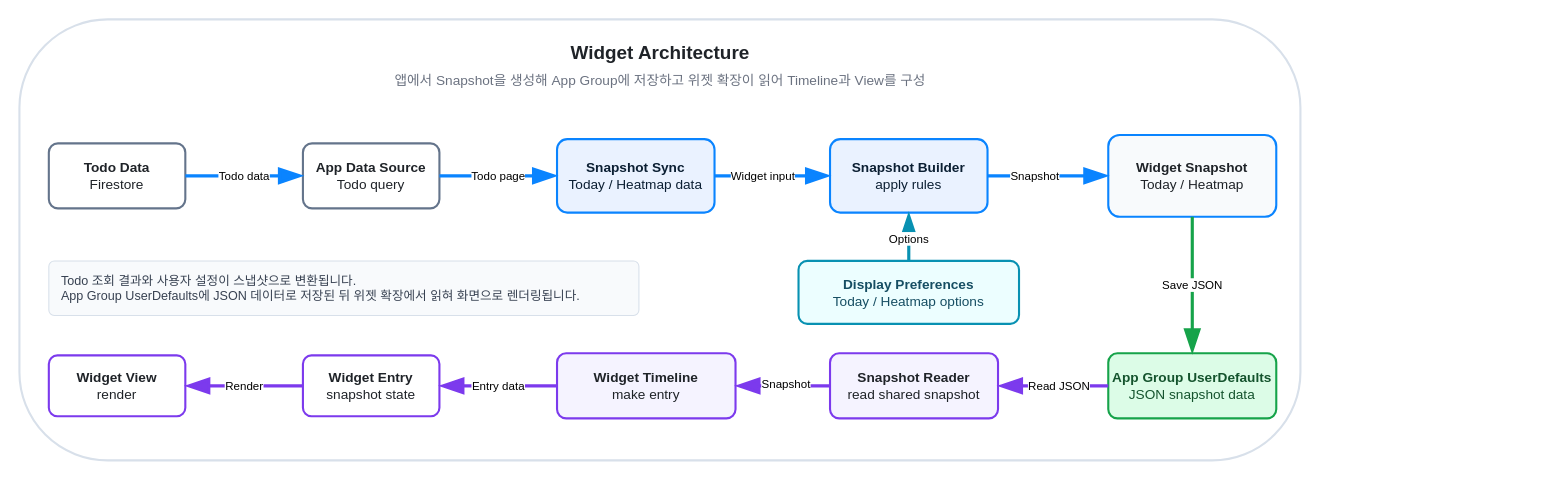
Earlier version of the draw.io diagram page "Widget Architecture" (7 of 7) of docs/DevLog.drawio (opficdev/DevLog_iOS). Source tidied: cells renumbered, new cells numbered last; positions are measured from the earlier drawing's top-left corner, leaving out a move shared by most shapes. Both pictures are drawn from the tidied source at 105%, with x=0, y=0 at pixel (19, 19).
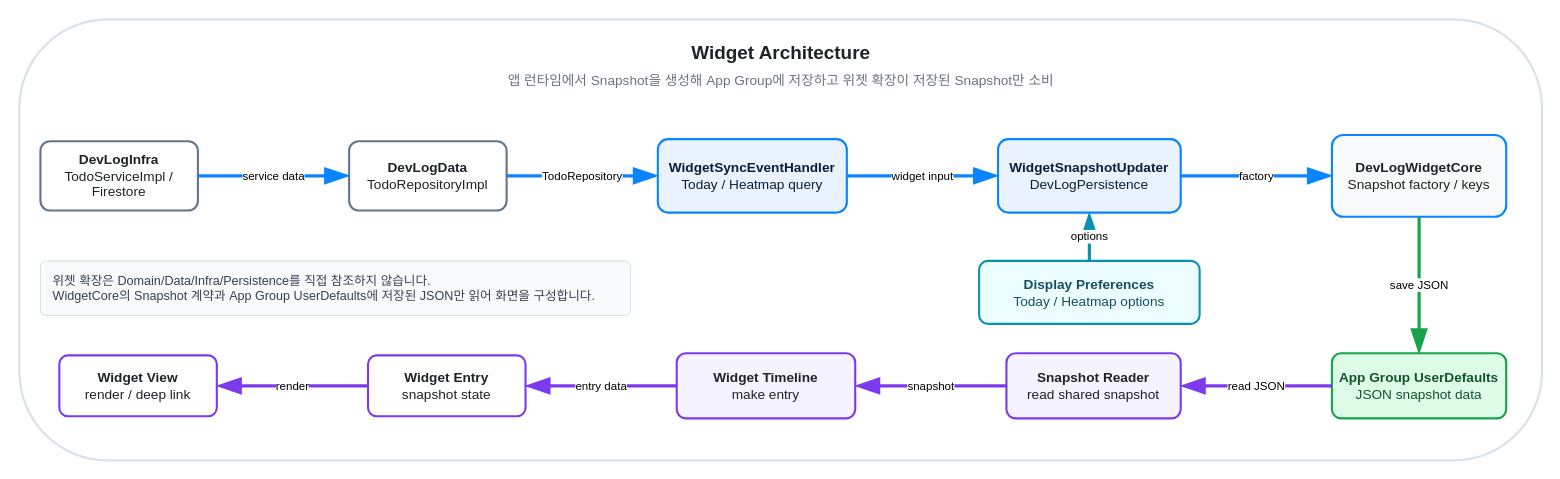
The same diagram, later.

Change to the diagram source:
```diff
@@
     <mxCell id="2" style="rounded=1;arcSize=20;whiteSpace=wrap;html=1;fillColor=#FFFFFF;strokeColor=#D8E0EA;strokeWidth=2;align=center;" parent="1" vertex="1">
-      <mxGeometry width="1220" height="420" as="geometry" />
+      <mxGeometry width="1450" height="420" as="geometry" />
     </mxCell>
     <mxCell id="3" value="Widget Architecture" style="text;html=1;strokeColor=none;fillColor=none;align=center;verticalAlign=middle;fontSize=18;fontStyle=1;fontColor=#1F2328;" parent="1" vertex="1">
-      <mxGeometry x="430" y="18" width="360" height="28" as="geometry" />
+      <mxGeometry x="545" y="18" width="360" height="28" as="geometry" />
     </mxCell>
-    <mxCell id="4" value="앱에서 Snapshot을 생성해 App Group에 저장하고 위젯 확장이 읽어 Timeline과 View를 구성" style="text;html=1;strokeColor=none;fillColor=none;align=center;verticalAlign=middle;fontSize=13;fontStyle=0;fontColor=#6B7280;" parent="1" vertex="1">
-      <mxGeometry x="230" y="48" width="760" height="20" as="geometry" />
+    <mxCell id="4" value="앱 런타임에서 Snapshot을 생성해 App Group에 저장하고 위젯 확장이 저장된 Snapshot만 소비" style="text;html=1;strokeColor=none;fillColor=none;align=center;verticalAlign=middle;fontSize=13;fontStyle=0;fontColor=#6B7280;" parent="1" vertex="1">
+      <mxGeometry x="315" y="48" width="820" height="20" as="geometry" />
     </mxCell>
-    <mxCell id="5" value="&lt;b&gt;Todo Data&lt;/b&gt;&lt;br&gt;&lt;span style=&quot;font-weight: normal;&quot;&gt;Firestore&lt;/span&gt;" style="rounded=1;arcSize=14;whiteSpace=wrap;html=1;fillColor=#FFFFFF;strokeColor=#64748B;strokeWidth=2;fontColor=#1F2328;fontSize=13;align=center;" parent="1" vertex="1">
-      <mxGeometry x="28" y="118" width="130" height="62" as="geometry" />
+    <mxCell id="5" value="&lt;b&gt;DevLogInfra&lt;/b&gt;&lt;br&gt;&lt;span style=&quot;font-weight: normal;&quot;&gt;TodoServiceImpl / Firestore&lt;/span&gt;" style="rounded=1;arcSize=14;whiteSpace=wrap;html=1;fillColor=#FFFFFF;strokeColor=#64748B;strokeWidth=2;fontColor=#1F2328;fontSize=13;align=center;" parent="1" vertex="1">
+      <mxGeometry x="20" y="116" width="150" height="66" as="geometry" />
     </mxCell>
-    <mxCell id="6" value="&lt;b&gt;App Data Source&lt;/b&gt;&lt;br&gt;&lt;span style=&quot;font-weight: normal;&quot;&gt;Todo query&lt;/span&gt;" style="rounded=1;arcSize=14;whiteSpace=wrap;html=1;fillColor=#FFFFFF;strokeColor=#64748B;strokeWidth=2;fontColor=#1F2328;fontSize=13;align=center;" parent="1" vertex="1">
-      <mxGeometry x="270" y="118" width="130" height="62" as="geometry" />
+    <mxCell id="6" value="&lt;b&gt;DevLogData&lt;/b&gt;&lt;br&gt;&lt;span style=&quot;font-weight: normal;&quot;&gt;TodoRepositoryImpl&lt;/span&gt;" style="rounded=1;arcSize=14;whiteSpace=wrap;html=1;fillColor=#FFFFFF;strokeColor=#64748B;strokeWidth=2;fontColor=#1F2328;fontSize=13;align=center;" parent="1" vertex="1">
+      <mxGeometry x="314" y="116" width="150" height="66" as="geometry" />
     </mxCell>
-    <mxCell id="7" value="&lt;b&gt;Snapshot Sync&lt;/b&gt;&lt;br&gt;&lt;span style=&quot;font-weight: normal;&quot;&gt;Today / Heatmap data&lt;/span&gt;" style="rounded=1;arcSize=14;whiteSpace=wrap;html=1;fillColor=#EAF2FF;strokeColor=#0A84FF;strokeWidth=2;fontColor=#0B1F33;fontSize=13;align=center;" parent="1" vertex="1">
-      <mxGeometry x="512" y="114" width="150" height="70" as="geometry" />
+    <mxCell id="7" value="&lt;b&gt;WidgetSyncEventHandler&lt;/b&gt;&lt;br&gt;&lt;span style=&quot;font-weight: normal;&quot;&gt;Today / Heatmap query&lt;/span&gt;" style="rounded=1;arcSize=14;whiteSpace=wrap;html=1;fillColor=#EAF2FF;strokeColor=#0A84FF;strokeWidth=2;fontColor=#0B1F33;fontSize=13;align=center;" parent="1" vertex="1">
+      <mxGeometry x="608" y="114" width="180" height="70" as="geometry" />
     </mxCell>
-    <mxCell id="8" value="&lt;b&gt;Snapshot Builder&lt;/b&gt;&lt;br&gt;&lt;span style=&quot;font-weight: normal;&quot;&gt;apply rules&lt;/span&gt;" style="rounded=1;arcSize=14;whiteSpace=wrap;html=1;fillColor=#EAF2FF;strokeColor=#0A84FF;strokeWidth=2;fontColor=#0B1F33;fontSize=13;align=center;" parent="1" vertex="1">
-      <mxGeometry x="772" y="114" width="150" height="70" as="geometry" />
+    <mxCell id="8" value="&lt;b&gt;WidgetSnapshotUpdater&lt;/b&gt;&lt;br&gt;&lt;span style=&quot;font-weight: normal;&quot;&gt;DevLogPersistence&lt;/span&gt;" style="rounded=1;arcSize=14;whiteSpace=wrap;html=1;fillColor=#EAF2FF;strokeColor=#0A84FF;strokeWidth=2;fontColor=#0B1F33;fontSize=13;align=center;" parent="1" vertex="1">
+      <mxGeometry x="932" y="114" width="174" height="70" as="geometry" />
     </mxCell>
-    <mxCell id="9" value="&lt;b&gt;Widget Snapshot&lt;/b&gt;&lt;br&gt;&lt;span style=&quot;font-weight: normal;&quot;&gt;Today / Heatmap&lt;/span&gt;" style="rounded=1;arcSize=14;whiteSpace=wrap;html=1;fillColor=#F8FAFC;strokeColor=#0A84FF;strokeWidth=2;fontColor=#1F2328;fontSize=13;align=center;" parent="1" vertex="1">
-      <mxGeometry x="1037" y="110" width="160" height="78" as="geometry" />
+    <mxCell id="9" value="&lt;b&gt;DevLogWidgetCore&lt;/b&gt;&lt;br&gt;&lt;span style=&quot;font-weight: normal;&quot;&gt;Snapshot factory / keys&lt;/span&gt;" style="rounded=1;arcSize=14;whiteSpace=wrap;html=1;fillColor=#F8FAFC;strokeColor=#0A84FF;strokeWidth=2;fontColor=#1F2328;fontSize=13;align=center;" parent="1" vertex="1">
+      <mxGeometry x="1250" y="110" width="166" height="78" as="geometry" />
     </mxCell>
     <mxCell id="10" value="&lt;b&gt;App Group UserDefaults&lt;/b&gt;&lt;br&gt;&lt;span style=&quot;font-weight: normal;&quot;&gt;JSON snapshot data&lt;/span&gt;" style="rounded=1;arcSize=14;whiteSpace=wrap;html=1;fillColor=#DCFCE7;strokeColor=#16A34A;strokeWidth=2;fontColor=#14532D;fontSize=13;align=center;" parent="1" vertex="1">
-      <mxGeometry x="1037" y="318" width="160" height="62" as="geometry" />
+      <mxGeometry x="1250" y="318" width="166" height="62" as="geometry" />
     </mxCell>
     <mxCell id="11" value="&lt;b&gt;Display Preferences&lt;/b&gt;&lt;br&gt;&lt;span style=&quot;font-weight: normal;&quot;&gt;Today / Heatmap options&lt;/span&gt;" style="rounded=1;arcSize=14;whiteSpace=wrap;html=1;fillColor=#ECFEFF;strokeColor=#0891B2;strokeWidth=2;fontColor=#164E63;fontSize=13;align=center;" parent="1" vertex="1">
-      <mxGeometry x="742" y="230" width="210" height="60" as="geometry" />
+      <mxGeometry x="914" y="230" width="210" height="60" as="geometry" />
     </mxCell>
     <mxCell id="12" value="&lt;b&gt;Snapshot Reader&lt;/b&gt;&lt;br&gt;&lt;span style=&quot;font-weight: normal;&quot;&gt;read shared snapshot&lt;/span&gt;" style="rounded=1;arcSize=14;whiteSpace=wrap;html=1;fillColor=#F5F3FF;strokeColor=#7C3AED;strokeWidth=2;fontColor=#1F2328;fontSize=13;align=center;" parent="1" vertex="1">
-      <mxGeometry x="772" y="318" width="160" height="62" as="geometry" />
+      <mxGeometry x="940" y="318" width="166" height="62" as="geometry" />
     </mxCell>
     <mxCell id="13" value="&lt;b&gt;Widget Timeline&lt;/b&gt;&lt;br&gt;&lt;span style=&quot;font-weight: normal;&quot;&gt;make entry&lt;/span&gt;" style="rounded=1;arcSize=14;whiteSpace=wrap;html=1;fillColor=#F5F3FF;strokeColor=#7C3AED;strokeWidth=2;fontColor=#1F2328;fontSize=13;align=center;" parent="1" vertex="1">
-      <mxGeometry x="512" y="318" width="170" height="62" as="geometry" />
+      <mxGeometry x="626" y="318" width="170" height="62" as="geometry" />
     </mxCell>
     <mxCell id="14" value="&lt;b&gt;Widget Entry&lt;/b&gt;&lt;br&gt;&lt;span style=&quot;font-weight: normal;&quot;&gt;snapshot state&lt;/span&gt;" style="rounded=1;arcSize=14;whiteSpace=wrap;html=1;fillColor=#FFFFFF;strokeColor=#7C3AED;strokeWidth=2;fontColor=#1F2328;fontSize=13;align=center;" parent="1" vertex="1">
-      <mxGeometry x="270" y="320" width="130" height="58" as="geometry" />
+      <mxGeometry x="332" y="320" width="150" height="58" as="geometry" />
     </mxCell>
-    <mxCell id="15" value="&lt;b&gt;Widget View&lt;/b&gt;&lt;br&gt;&lt;span style=&quot;font-weight: normal;&quot;&gt;render&lt;/span&gt;" style="rounded=1;arcSize=14;whiteSpace=wrap;html=1;fillColor=#FFFFFF;strokeColor=#7C3AED;strokeWidth=2;fontColor=#1F2328;fontSize=13;align=center;" parent="1" vertex="1">
-      <mxGeometry x="28" y="320" width="130" height="58" as="geometry" />
+    <mxCell id="15" value="&lt;b&gt;Widget View&lt;/b&gt;&lt;br&gt;&lt;span style=&quot;font-weight: normal;&quot;&gt;render / deep link&lt;/span&gt;" style="rounded=1;arcSize=14;whiteSpace=wrap;html=1;fillColor=#FFFFFF;strokeColor=#7C3AED;strokeWidth=2;fontColor=#1F2328;fontSize=13;align=center;" parent="1" vertex="1">
+      <mxGeometry x="38" y="320" width="150" height="58" as="geometry" />
     </mxCell>
-    <mxCell id="16" value="Todo 조회 결과와 사용자 설정이 스냅샷으로 변환됩니다.&lt;div&gt;App Group UserDefaults에 JSON 데이터로 저장된 뒤 위젯 확장에서 읽혀 화면으로 렌더링됩니다.&lt;/div&gt;" style="rounded=1;arcSize=10;whiteSpace=wrap;html=1;fillColor=#F8FAFC;strokeColor=#D8E0EA;strokeWidth=1;fontColor=#374151;fontSize=12;align=left;spacingLeft=10;" parent="1" vertex="1">
-      <mxGeometry x="28" y="230" width="562" height="52" as="geometry" />
+    <mxCell id="16" value="위젯 확장은 Domain/Data/Infra/Persistence를 직접 참조하지 않습니다.&lt;div&gt;WidgetCore의 Snapshot 계약과 App Group UserDefaults에 저장된 JSON만 읽어 화면을 구성합니다.&lt;/div&gt;" style="rounded=1;arcSize=10;whiteSpace=wrap;html=1;fillColor=#F8FAFC;strokeColor=#D8E0EA;strokeWidth=1;fontColor=#374151;fontSize=12;align=left;spacingLeft=10;" parent="1" vertex="1">
+      <mxGeometry x="20" y="230" width="562" height="52" as="geometry" />
     </mxCell>
-    <mxCell id="17" value="Todo data" style="endArrow=blockThin;endFill=1;endSize=16;html=1;rounded=1;strokeColor=#0A84FF;strokeWidth=3;" parent="1" edge="1" source="5" target="6">
+    <mxCell id="17" value="service data" style="endArrow=blockThin;endFill=1;endSize=16;html=1;rounded=1;strokeColor=#0A84FF;strokeWidth=3;" parent="1" edge="1" source="5" target="6">
       <mxGeometry relative="1" as="geometry" />
     </mxCell>
-    <mxCell id="18" value="Todo page" style="endArrow=blockThin;endFill=1;endSize=16;html=1;rounded=1;strokeColor=#0A84FF;strokeWidth=3;" parent="1" edge="1" source="6" target="7">
+    <mxCell id="18" value="TodoRepository" style="endArrow=blockThin;endFill=1;endSize=16;html=1;rounded=1;strokeColor=#0A84FF;strokeWidth=3;" parent="1" edge="1" source="6" target="7">
       <mxGeometry relative="1" as="geometry" />
     </mxCell>
-    <mxCell id="19" value="Widget input" style="endArrow=blockThin;endFill=1;endSize=16;html=1;rounded=1;strokeColor=#0A84FF;strokeWidth=3;" parent="1" edge="1" source="7" target="8">
-      <mxGeometry x="-0.17" relative="1" as="geometry" />
+    <mxCell id="19" value="widget input" style="endArrow=blockThin;endFill=1;endSize=16;html=1;rounded=1;strokeColor=#0A84FF;strokeWidth=3;" parent="1" edge="1" source="7" target="8">
+      <mxGeometry relative="1" as="geometry" />
     </mxCell>
-    <mxCell id="20" value="Snapshot" style="endArrow=blockThin;endFill=1;endSize=16;html=1;rounded=1;strokeColor=#0A84FF;strokeWidth=3;" parent="1" edge="1" source="8" target="9">
-      <mxGeometry x="-0.22" relative="1" as="geometry" />
+    <mxCell id="20" value="factory" style="endArrow=blockThin;endFill=1;endSize=16;html=1;rounded=1;strokeColor=#0A84FF;strokeWidth=3;" parent="1" edge="1" source="8" target="9">
+      <mxGeometry relative="1" as="geometry" />
     </mxCell>
-    <mxCell id="21" value="Save JSON" style="endArrow=blockThin;endFill=1;endSize=16;html=1;rounded=1;strokeColor=#16A34A;strokeWidth=3;" parent="1" edge="1" source="9" target="10">
+    <mxCell id="21" value="save JSON" style="endArrow=blockThin;endFill=1;endSize=16;html=1;rounded=1;strokeColor=#16A34A;strokeWidth=3;" parent="1" edge="1" source="9" target="10">
       <mxGeometry relative="1" as="geometry" />
     </mxCell>
-    <mxCell id="22" value="Options" style="endArrow=blockThin;endFill=1;endSize=16;html=1;rounded=1;strokeColor=#0891B2;strokeWidth=3;exitX=0.5;exitY=0;exitDx=0;exitDy=0;" parent="1" edge="1" source="11" target="8">
-      <mxGeometry x="-0.09" relative="1" as="geometry" />
+    <mxCell id="22" value="options" style="endArrow=blockThin;endFill=1;endSize=16;html=1;rounded=1;strokeColor=#0891B2;strokeWidth=3;exitX=0.5;exitY=0;exitDx=0;exitDy=0;" parent="1" edge="1" source="11" target="8">
+      <mxGeometry relative="1" as="geometry" />
     </mxCell>
-    <mxCell id="23" value="Read JSON" style="endArrow=blockThin;endFill=1;endSize=16;html=1;rounded=1;strokeColor=#7C3AED;strokeWidth=3;edgeStyle=orthogonalEdgeStyle;" parent="1" edge="1" source="10" target="12">
-      <mxGeometry x="-0.1" relative="1" as="geometry" />
+    <mxCell id="23" value="read JSON" style="endArrow=blockThin;endFill=1;endSize=16;html=1;rounded=1;strokeColor=#7C3AED;strokeWidth=3;edgeStyle=orthogonalEdgeStyle;" parent="1" edge="1" source="10" target="12">
+      <mxGeometry relative="1" as="geometry" />
     </mxCell>
-    <mxCell id="24" value="Snapshot" style="endArrow=blockThin;endFill=1;endSize=16;html=1;rounded=1;strokeColor=#7C3AED;strokeWidth=3;" parent="1" edge="1" source="12" target="13">
-      <mxGeometry x="-0.07" y="-1" relative="1" as="geometry" />
+    <mxCell id="24" value="snapshot" style="endArrow=blockThin;endFill=1;endSize=16;html=1;rounded=1;strokeColor=#7C3AED;strokeWidth=3;" parent="1" edge="1" source="12" target="13">
+      <mxGeometry relative="1" as="geometry" />
     </mxCell>
-    <mxCell id="25" value="Entry data" style="endArrow=blockThin;endFill=1;endSize=16;html=1;rounded=1;strokeColor=#7C3AED;strokeWidth=3;" parent="1" edge="1" source="13" target="14">
+    <mxCell id="25" value="entry data" style="endArrow=blockThin;endFill=1;endSize=16;html=1;rounded=1;strokeColor=#7C3AED;strokeWidth=3;" parent="1" edge="1" source="13" target="14">
       <mxGeometry relative="1" as="geometry" />
     </mxCell>
-    <mxCell id="26" value="Render" style="endArrow=blockThin;endFill=1;endSize=16;html=1;rounded=1;strokeColor=#7C3AED;strokeWidth=3;" parent="1" edge="1" source="14" target="15">
+    <mxCell id="26" value="render" style="endArrow=blockThin;endFill=1;endSize=16;html=1;rounded=1;strokeColor=#7C3AED;strokeWidth=3;" parent="1" edge="1" source="14" target="15">
       <mxGeometry relative="1" as="geometry" />
     </mxCell>
```
